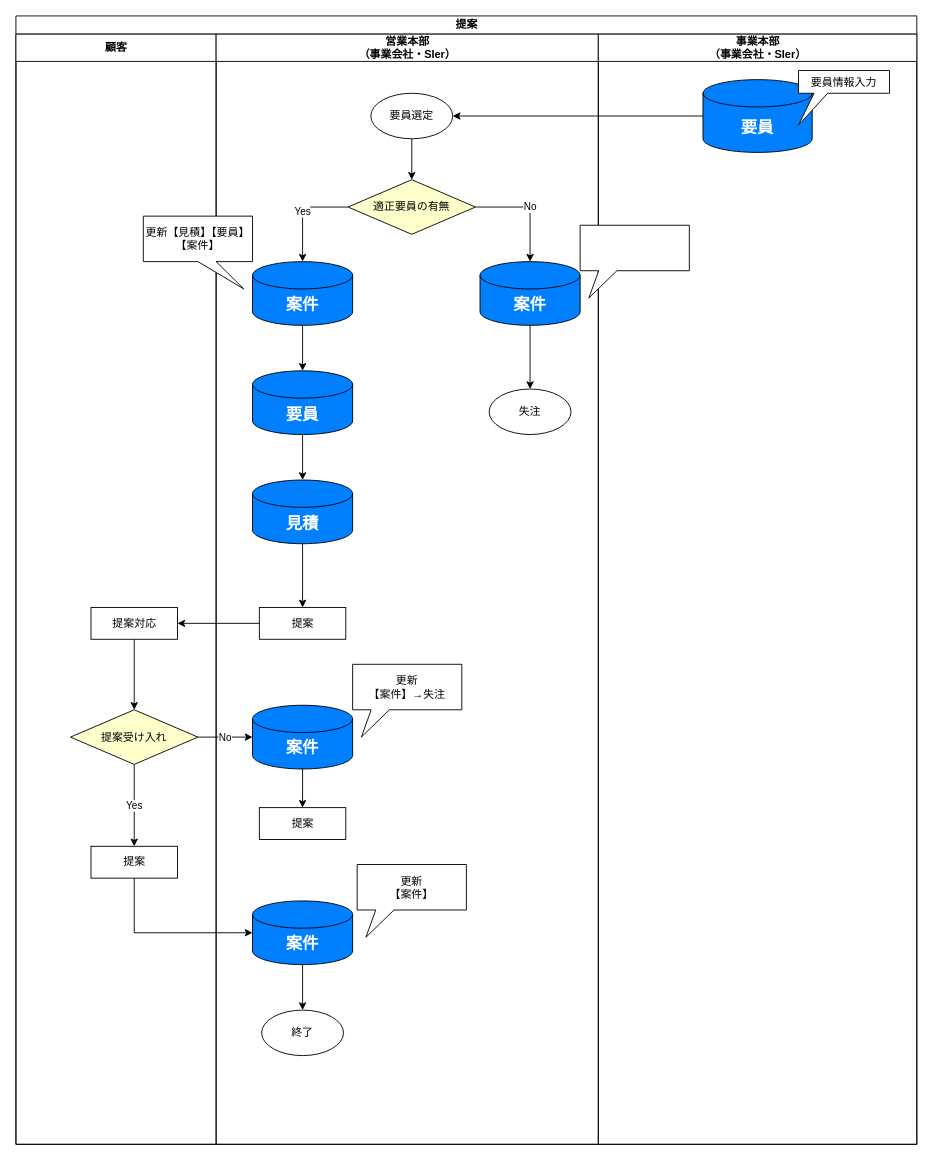
Before: page "提案" (4 of 4) of 20230622To-Be業務フロー図.drawio in TaikiHorita/TaikiRepository, a draw.io diagram. Source tidied: cells renumbered, new cells numbered last; positions are measured from the earlier drawing's top-left corner, leaving out a move shared by most shapes. Both pictures are drawn from the tidied source at 91%, with x=0, y=0 at pixel (15, 15).
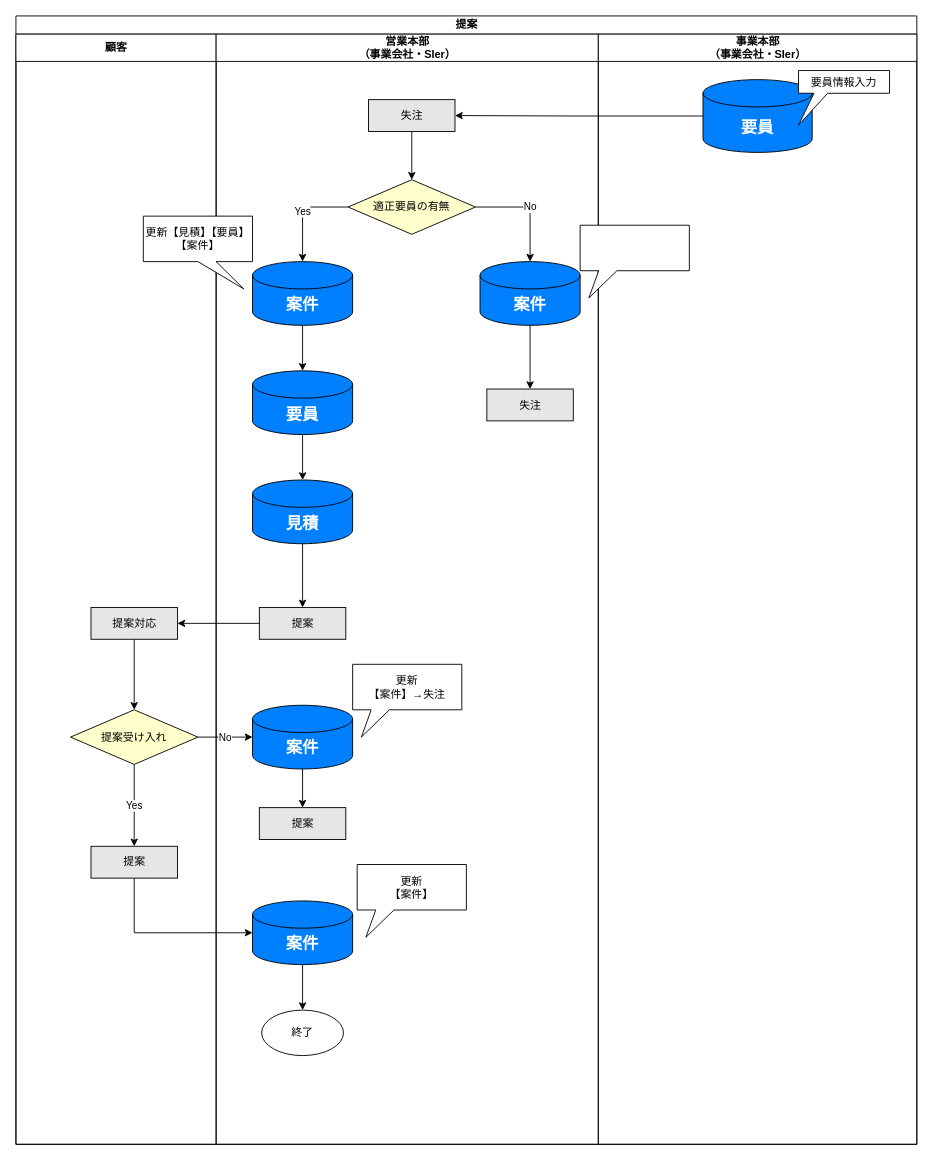
The same page after the edit.

Unchanged cells that the change refers to:
```xml
<mxCell id="2" value="提案" style="swimlane;startSize=20;html=1;" parent="1" vertex="1">
  <mxGeometry width="990" height="1240" as="geometry" />
</mxCell>
<mxCell id="3" value="顧客" style="swimlane;startSize=30;html=1;fillColor=#FFFFFF;" parent="2" vertex="1">
  <mxGeometry y="20" width="220" height="1220" as="geometry" />
</mxCell>
<mxCell id="9" value="営業本部&lt;br&gt;（事業会社・SIer）" style="swimlane;startSize=30;html=1;" parent="2" vertex="1">
  <mxGeometry x="220" y="20" width="420" height="1220" as="geometry" />
</mxCell>
<mxCell id="14" value="適正要員の有無" style="rhombus;whiteSpace=wrap;html=1;fillColor=#FFFFCC;" parent="9" vertex="1">
  <mxGeometry x="145" y="160" width="140" height="60" as="geometry" />
</mxCell>
<mxCell id="16" value="&lt;font style=&quot;font-size: 18px;&quot; color=&quot;#ffffff&quot;&gt;&lt;b&gt;案件&lt;/b&gt;&lt;/font&gt;" style="shape=cylinder3;whiteSpace=wrap;html=1;boundedLbl=1;backgroundOutline=1;size=15;fillColor=#007FFF;" parent="9" vertex="1">
  <mxGeometry x="290" y="250" width="110" height="70" as="geometry" />
</mxCell>
<mxCell id="39" value="&lt;font style=&quot;font-size: 18px;&quot; color=&quot;#ffffff&quot;&gt;&lt;b&gt;要員&lt;/b&gt;&lt;/font&gt;" style="shape=cylinder3;whiteSpace=wrap;html=1;boundedLbl=1;backgroundOutline=1;size=15;fillColor=#007FFF;" parent="38" vertex="1">
  <mxGeometry x="115" y="50" width="120" height="80" as="geometry" />
</mxCell>
```

What changed in the source:
```diff
@@
-    <mxCell id="5" value="提案対応" style="rounded=0;whiteSpace=wrap;html=1;" parent="3" vertex="1">
+    <mxCell id="5" value="提案対応" style="rounded=0;whiteSpace=wrap;html=1;fillColor=#E6E6E6;" parent="3" vertex="1">
       <mxGeometry x="82.5" y="630" width="95" height="35" as="geometry" />
     </mxCell>
@@
-    <mxCell id="8" value="提案" style="rounded=0;whiteSpace=wrap;html=1;" parent="3" vertex="1">
+    <mxCell id="8" value="提案" style="rounded=0;whiteSpace=wrap;html=1;fillColor=#E6E6E6;" parent="3" vertex="1">
       <mxGeometry x="82.5" y="892.5" width="95" height="35" as="geometry" />
     </mxCell>
@@
-    <mxCell id="10" style="edgeStyle=orthogonalEdgeStyle;rounded=0;jettySize=auto;html=1;exitX=0.5;exitY=1;exitDx=0;exitDy=0;entryX=0.5;entryY=0;entryDx=0;entryDy=0;" parent="9" edge="1" source="11" target="14">
-      <mxGeometry relative="1" as="geometry" />
-    </mxCell>
-    <mxCell id="11" value="要員選定" style="ellipse;whiteSpace=wrap;html=1;" parent="9" vertex="1">
-      <mxGeometry x="170" y="65" width="90" height="50" as="geometry" />
-    </mxCell>
@@
-    <mxCell id="15" style="edgeStyle=orthogonalEdgeStyle;rounded=0;jettySize=auto;html=1;exitX=0.5;exitY=1;exitDx=0;exitDy=0;exitPerimeter=0;entryX=0.5;entryY=0;entryDx=0;entryDy=0;" parent="9" edge="1" source="16" target="19">
-      <mxGeometry relative="1" as="geometry" />
-    </mxCell>
+    <mxCell id="42" style="edgeStyle=orthogonalEdgeStyle;rounded=0;jettySize=auto;html=1;exitX=0.5;exitY=1;exitDx=0;exitDy=0;exitPerimeter=0;entryX=0.5;entryY=0;entryDx=0;entryDy=0;" parent="9" edge="1" source="16" target="43">
+      <mxGeometry relative="1" as="geometry" />
+    </mxCell>
@@
-    <mxCell id="19" value="失注" style="ellipse;whiteSpace=wrap;html=1;" parent="9" vertex="1">
-      <mxGeometry x="300" y="390" width="90" height="50" as="geometry" />
-    </mxCell>
-    <mxCell id="20" value="提案" style="rounded=0;whiteSpace=wrap;html=1;" parent="9" vertex="1">
+    <mxCell id="20" value="提案" style="rounded=0;whiteSpace=wrap;html=1;fillColor=#E6E6E6;" parent="9" vertex="1">
       <mxGeometry x="47.5" y="630" width="95" height="35" as="geometry" />
     </mxCell>
@@
-    <mxCell id="33" value="提案" style="rounded=0;whiteSpace=wrap;html=1;" parent="9" vertex="1">
+    <mxCell id="33" value="提案" style="rounded=0;whiteSpace=wrap;html=1;fillColor=#E6E6E6;" parent="9" vertex="1">
       <mxGeometry x="47.5" y="850" width="95" height="35" as="geometry" />
     </mxCell>
-    <mxCell id="34" style="edgeStyle=orthogonalEdgeStyle;rounded=0;jettySize=auto;html=1;exitX=0;exitY=0.5;exitDx=0;exitDy=0;exitPerimeter=0;entryX=1;entryY=0.5;entryDx=0;entryDy=0;" parent="2" edge="1" source="39" target="11">
-      <mxGeometry relative="1" as="geometry" />
-    </mxCell>
+    <mxCell id="43" value="失注" style="rounded=0;whiteSpace=wrap;html=1;fillColor=#E6E6E6;" parent="9" vertex="1">
+      <mxGeometry x="297.5" y="390" width="95" height="35" as="geometry" />
+    </mxCell>
+    <mxCell id="44" style="edgeStyle=orthogonalEdgeStyle;rounded=0;jettySize=auto;html=1;exitX=0.5;exitY=1;exitDx=0;exitDy=0;entryX=0.5;entryY=0;entryDx=0;entryDy=0;" parent="9" edge="1" source="45" target="14">
+      <mxGeometry relative="1" as="geometry" />
+    </mxCell>
+    <mxCell id="45" value="失注" style="rounded=0;whiteSpace=wrap;html=1;fillColor=#E6E6E6;" parent="9" vertex="1">
+      <mxGeometry x="167.5" y="72" width="95" height="35" as="geometry" />
+    </mxCell>
@@
+    <mxCell id="46" style="edgeStyle=orthogonalEdgeStyle;rounded=0;jettySize=auto;html=1;exitX=0;exitY=0.5;exitDx=0;exitDy=0;exitPerimeter=0;" parent="2" edge="1" source="39" target="45">
+      <mxGeometry relative="1" as="geometry" />
+    </mxCell>
```
